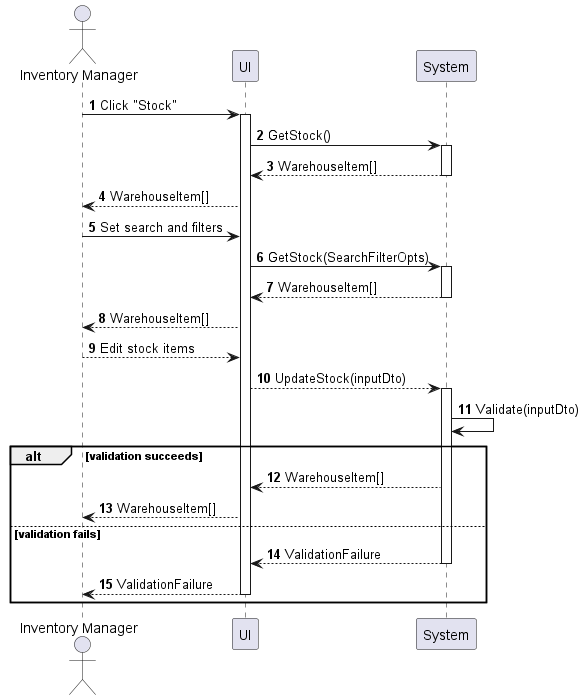
The PlantUML diagram sequences/inventory-stock-manage.png in phihungha/scmss-reqs, before a commit.
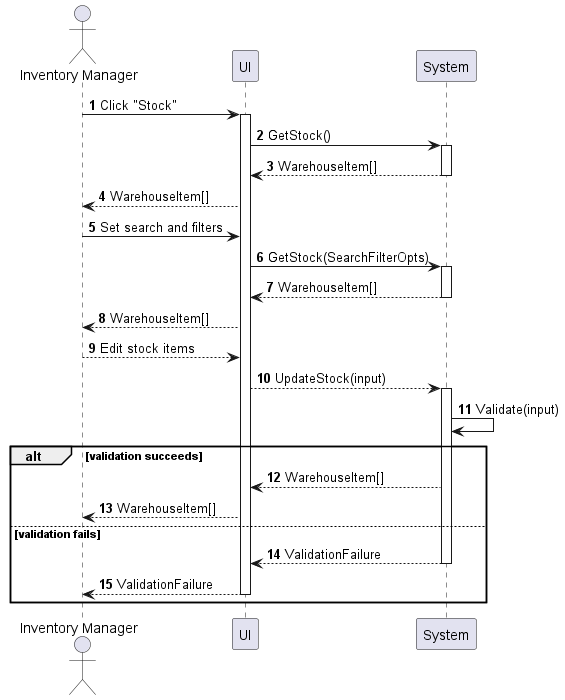
The same diagram one commit later.

Change to the diagram source:
```diff
@@ -17,9 +17,9 @@
 return WarehouseItem[]
 f --> a : WarehouseItem[]
 a --> f : Edit stock items
-f --> b : UpdateStock(inputDto)
+f --> b : UpdateStock(input)
 activate b
-b -> b : Validate(inputDto)
+b -> b : Validate(input)
 alt validation succeeds
     b --> f : WarehouseItem[]
     f --> a : WarehouseItem[]
```
